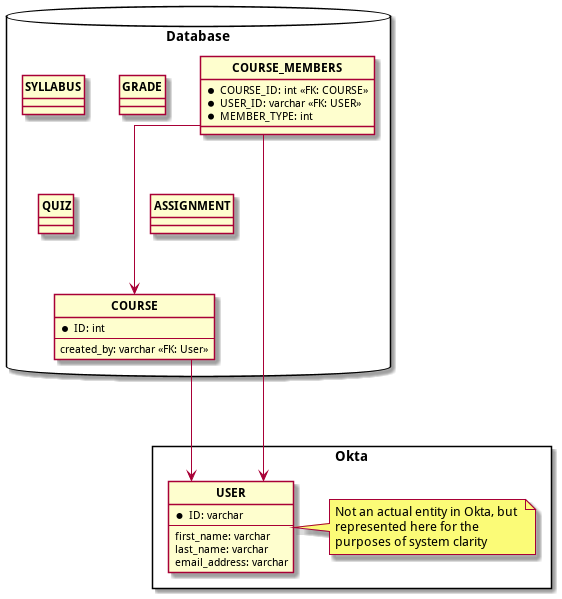
This is output/ERDiagram.png from lightbulb-lms/documentation, a PlantUML export, as it was before one commit.
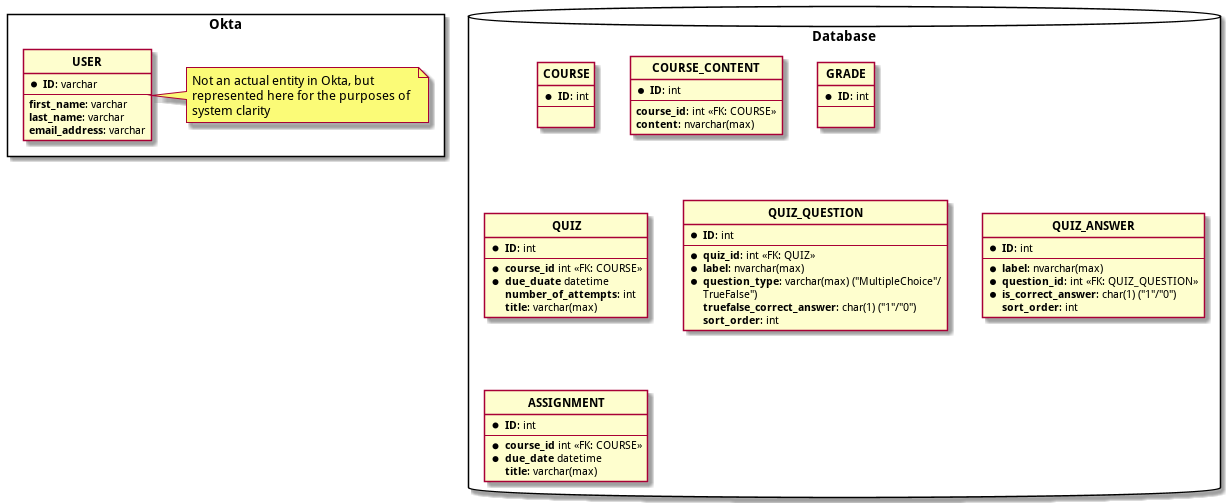
Above is the later version.

The edit, as a diff of the source:
```diff
@@ -1,6 +1,6 @@
 @startuml
-skinparam WrapWidth 200
-skinparam MaxMessageSize 200
+skinparam WrapWidth 250
+skinparam MaxMessageSize 250
 
 hide circle
 
@@ -8,11 +8,11 @@
 
 package Okta <<Rectangle>> {
     entity "**USER**" as u {
-        * ID: varchar
+        * **ID**: varchar
         --
-        first_name: varchar
-        last_name: varchar
-        email_address: varchar
+        **first_name**: varchar
+        **last_name**: varchar
+        **email_address**: varchar
     }
     note right
         Not an actual entity in Okta, but represented here for the purposes of system clarity
@@ -21,25 +21,59 @@
 
 package Database <<Database>> {
     entity "**COURSE**" as c {
-        * ID: int
+        * **ID**: int
         --
-        created_by: varchar <<FK: User>>
+
     }
 
-    entity "**COURSE_MEMBERS**" as cm {
-        * COURSE_ID: int <<FK: COURSE>>
-        * USER_ID: varchar <<FK: USER>>
-        * MEMBER_TYPE: int
+    entity "**COURSE_CONTENT**" as s {
+        * **ID**: int
+        --
+        **course_id**: int <<FK: COURSE>>
+        **content**: nvarchar(max)
     }
 
+    entity "**GRADE**" as g {
+        * **ID**: int
+        --
 
-    entity "**SYLLABUS**" as s {}
-    entity "**GRADE**" as g {}
-    entity "**QUIZ**" as q {}
-    entity "**ASSIGNMENT**" as a{}
+    }
+
+    entity "**QUIZ**" as q {
+        * **ID**: int
+        --
+        * **course_id** int <<FK: COURSE>>
+        * **due_duate** datetime
+        **number_of_attempts**: int
+        **title**: varchar(max)
+    }
+
+    entity "**QUIZ_QUESTION**" as qq {
+        * **ID**: int
+        --
+        * **quiz_id**: int <<FK: QUIZ>>
+        * **label**: nvarchar(max)
+        * **question_type**: varchar(max) ("MultipleChoice"/TrueFalse")
+        **truefalse_correct_answer**: char(1) ("1"/"0")
+        **sort_order**: int
+    }
+
+    entity "**QUIZ_ANSWER**" as qa {
+        * **ID**: int
+        --
+        * **label**: nvarchar(max)
+        * **question_id**: int <<FK: QUIZ_QUESTION>>
+        * **is_correct_answer**: char(1) ("1"/"0")
+        **sort_order**: int
+    }
+
+    entity "**ASSIGNMENT**" as a {
+        * **ID**: int
+        --
+        * **course_id** int <<FK: COURSE>>
+        * **due_date** datetime
+        **title**: varchar(max)
+    }
 }
 
-cm ---> u
-cm ---> c
-c ---> u
 @enduml
```
